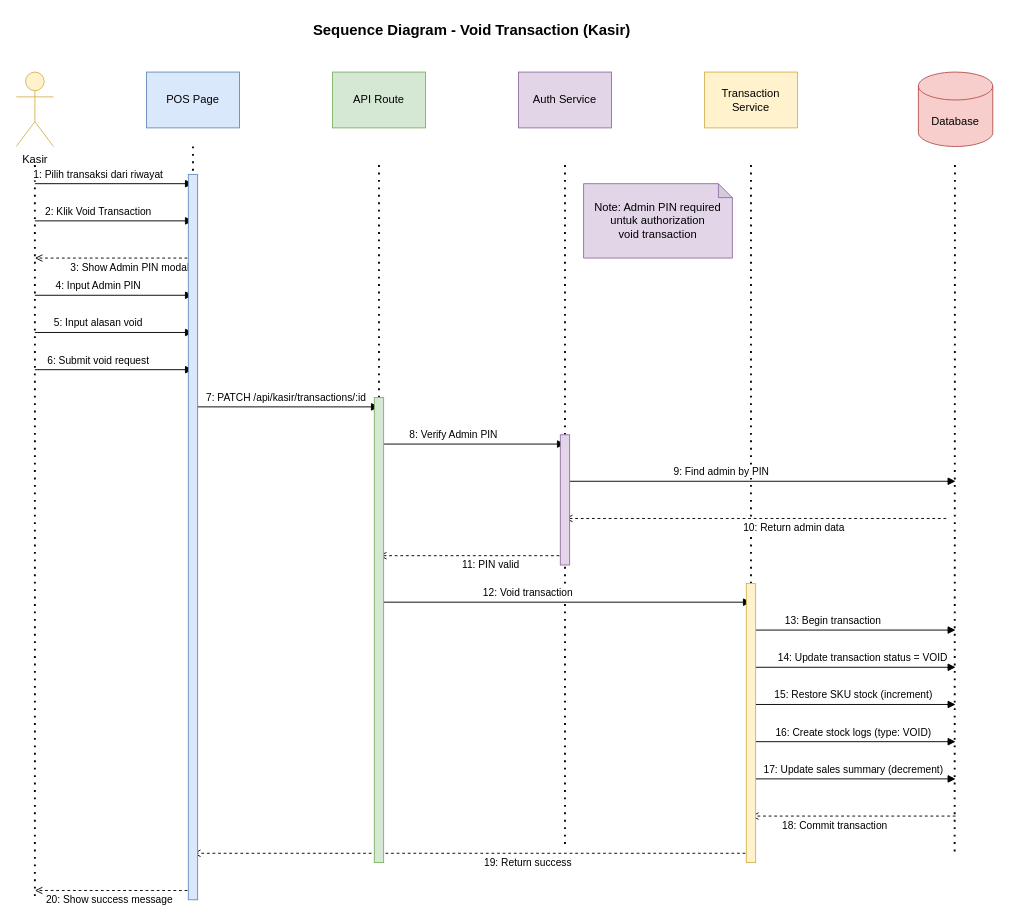
The draw.io diagram fordza-docs/diagrams/sequence-08-void-transaction.drawio in Aryo1235/fordza-web, before the edit. Source tidied: cells renumbered, new cells numbered last; positions are measured from the earlier drawing's top-left corner, leaving out a move shared by most shapes. Both pictures are drawn from the tidied source at 93%, with x=0, y=0 at pixel (16, 16).
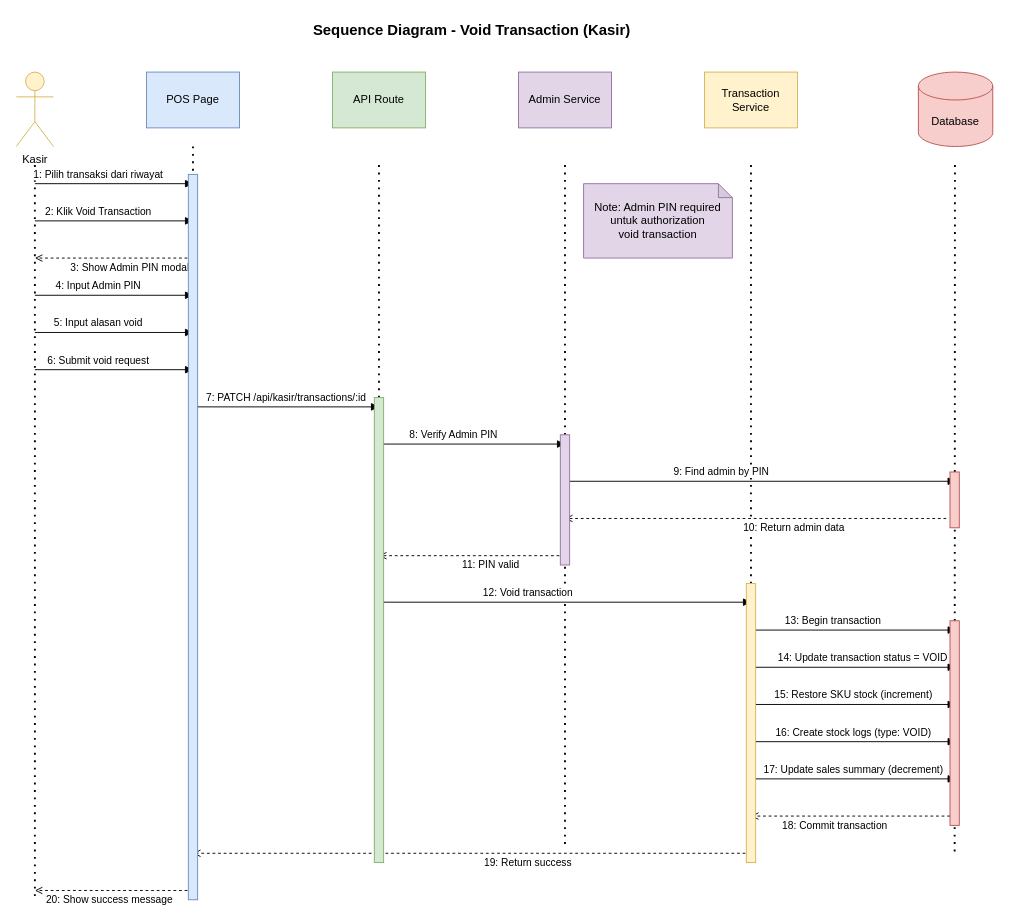
The same page after the edit.

The edit, as a diff of the source:
```diff
@@
-    <mxCell id="6" value="Auth Service" style="rounded=0;whiteSpace=wrap;html=1;fillColor=#e1d5e7;strokeColor=#9673a6;" parent="1" vertex="1">
+    <mxCell id="6" value="Admin Service" style="rounded=0;whiteSpace=wrap;html=1;fillColor=#e1d5e7;strokeColor=#9673a6;" parent="1" vertex="1">
       <mxGeometry x="540" y="60" width="100" height="60" as="geometry" />
     </mxCell>
@@
+    <mxCell id="40" style="rounded=0;whiteSpace=wrap;html=1;fillColor=#f8cecc;strokeColor=#b85450;" parent="1" vertex="1">
+      <mxGeometry x="1004" y="490" width="10" height="60" as="geometry" />
+    </mxCell>
+    <mxCell id="41" style="rounded=0;whiteSpace=wrap;html=1;fillColor=#f8cecc;strokeColor=#b85450;" parent="1" vertex="1">
+      <mxGeometry x="1004" y="650" width="10" height="220" as="geometry" />
+    </mxCell>
```
